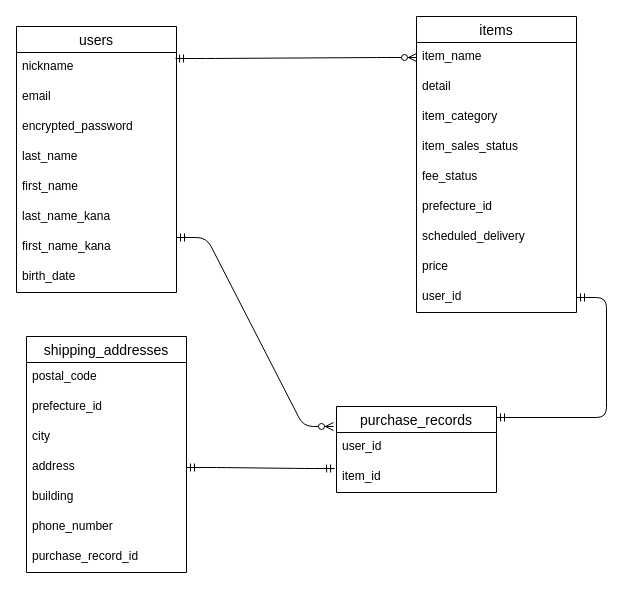
Above: furima37120.dio in ken-forest/furima-37120 (draw.io), before the change. Source tidied: cells renumbered, new cells numbered last; positions are measured from the earlier drawing's top-left corner, leaving out a move shared by most shapes. Both pictures are drawn from the tidied source at 100%, with x=0, y=0 at pixel (16, 16).
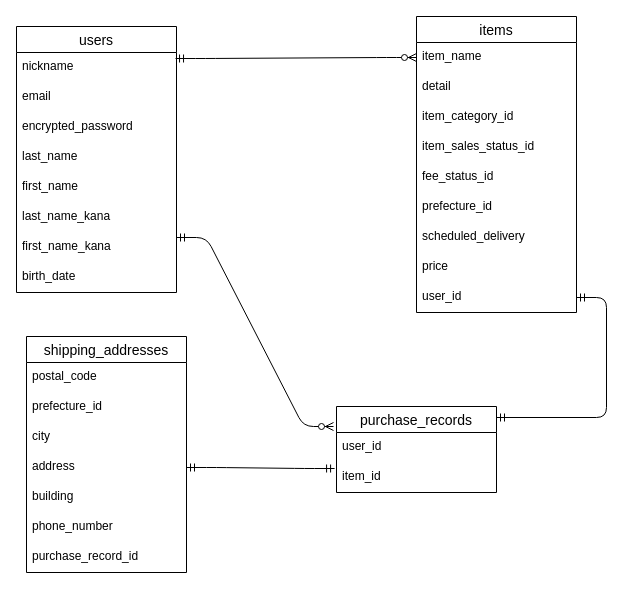
The same page after the edit.

Commit message (it also covers changes not shown here):
README.mdとfurima37120.dioのitemsテーブルを修正

＜修正箇所＞
・プルダウンメニューに該当する５つのカラム名を全て、「単数系」+「id」に変更
・５つのカラムのtypeを全て、string→integerに変更

Unchanged cells that the change refers to:
```xml
<mxCell id="11" value="items" style="swimlane;fontStyle=0;horizontal=1;startSize=26;align=center;fontSize=14;" parent="1" vertex="1">
  <mxGeometry x="400" width="160" height="296" as="geometry" />
</mxCell>
```

The edit, as a diff of the source:
```diff
@@
-    <mxCell id="14" value="item_category" style="text;strokeColor=none;fillColor=none;spacingLeft=4;spacingRight=4;overflow=hidden;fontSize=12;" parent="11" vertex="1">
+    <mxCell id="14" value="item_category_id" style="text;strokeColor=none;fillColor=none;spacingLeft=4;spacingRight=4;overflow=hidden;fontSize=12;" parent="11" vertex="1">
       <mxGeometry y="86" width="160" height="30" as="geometry" />
     </mxCell>
-    <mxCell id="15" value="item_sales_status" style="text;strokeColor=none;fillColor=none;spacingLeft=4;spacingRight=4;overflow=hidden;fontSize=12;" parent="11" vertex="1">
+    <mxCell id="15" value="item_sales_status_id" style="text;strokeColor=none;fillColor=none;spacingLeft=4;spacingRight=4;overflow=hidden;fontSize=12;" parent="11" vertex="1">
       <mxGeometry y="116" width="160" height="30" as="geometry" />
     </mxCell>
-    <mxCell id="16" value="fee_status" style="text;strokeColor=none;fillColor=none;spacingLeft=4;spacingRight=4;overflow=hidden;fontSize=12;" parent="11" vertex="1">
+    <mxCell id="16" value="fee_status_id" style="text;strokeColor=none;fillColor=none;spacingLeft=4;spacingRight=4;overflow=hidden;fontSize=12;" parent="11" vertex="1">
       <mxGeometry y="146" width="160" height="30" as="geometry" />
     </mxCell>
```
